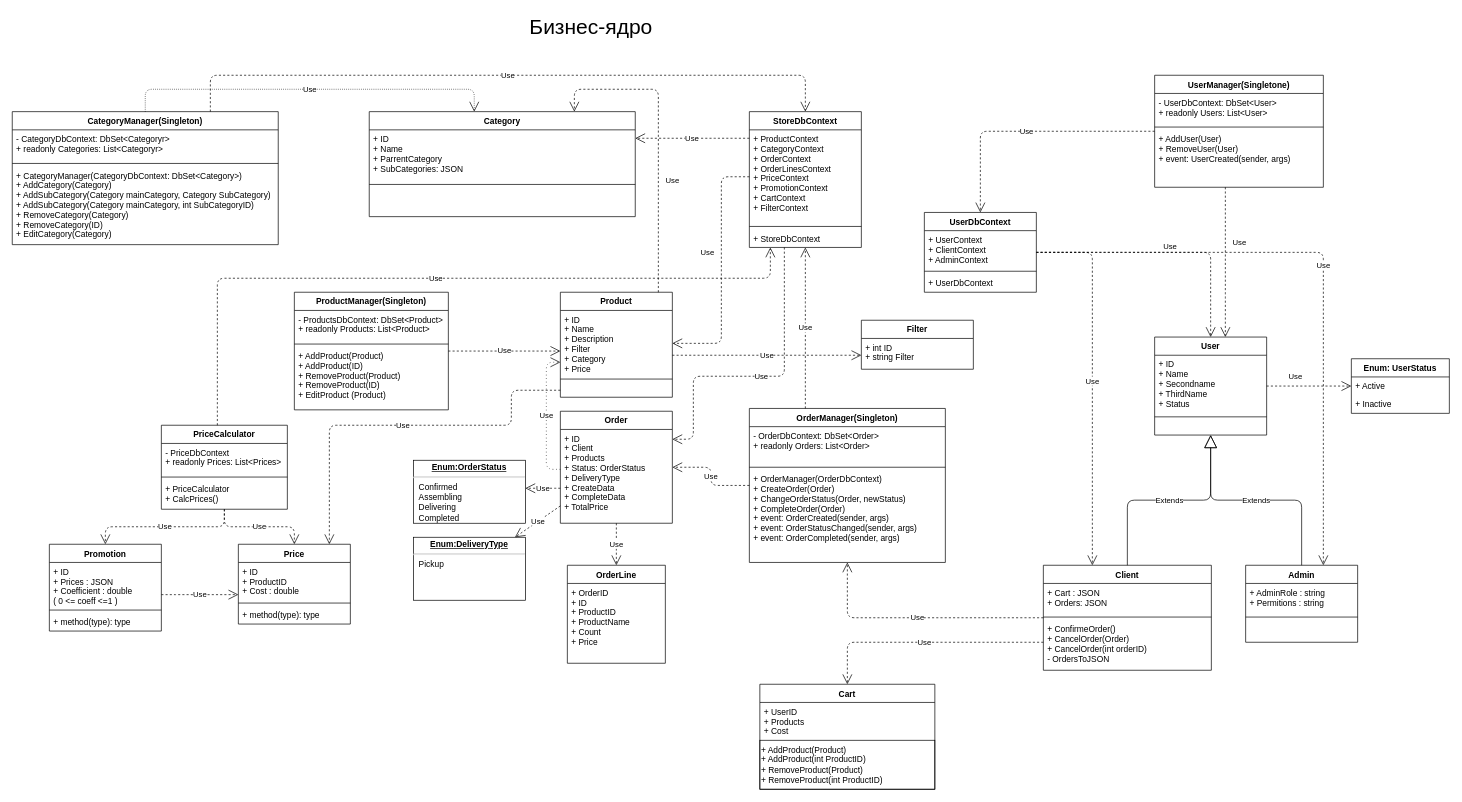
Earlier version of the draw.io diagram UML Diagram.drawio (ArtemGB/AlpakaStore). Source tidied: cells renumbered, new cells numbered last; positions are measured from the earlier drawing's top-left corner, leaving out a move shared by most shapes. Both pictures are drawn from the tidied source at 70%, with x=0, y=0 at pixel (12, 12).
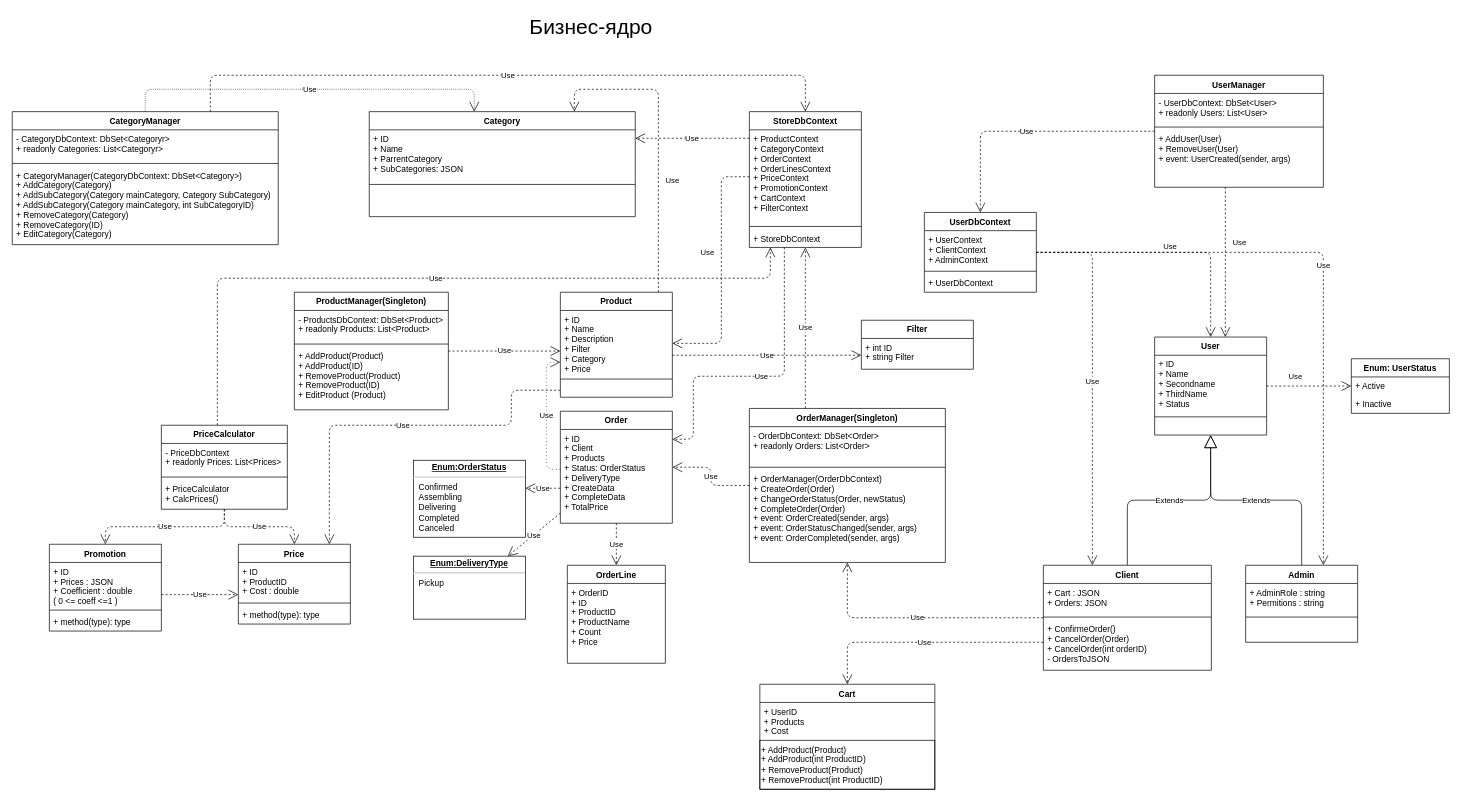
The same diagram, later.

Diff of the diagram source:
```diff
@@
-    <mxCell id="33" value="&lt;p style=&quot;margin: 0px ; margin-top: 4px ; text-align: center ; text-decoration: underline&quot;&gt;&lt;b&gt;Enum:OrderStatus&lt;/b&gt;&lt;/p&gt;&lt;hr&gt;&lt;p style=&quot;margin: 0px ; margin-left: 8px&quot;&gt;Confirmed&lt;br&gt;Assembling&lt;/p&gt;&lt;p style=&quot;margin: 0px ; margin-left: 8px&quot;&gt;Delivering&lt;/p&gt;&lt;p style=&quot;margin: 0px ; margin-left: 8px&quot;&gt;Completed&lt;/p&gt;" style="verticalAlign=top;align=left;overflow=fill;fontSize=12;fontFamily=Helvetica;html=1;" parent="1" vertex="1">
-      <mxGeometry x="573" y="640" width="160" height="90" as="geometry" />
+    <mxCell id="33" value="&lt;p style=&quot;margin: 0px ; margin-top: 4px ; text-align: center ; text-decoration: underline&quot;&gt;&lt;b&gt;Enum:OrderStatus&lt;/b&gt;&lt;/p&gt;&lt;hr&gt;&lt;p style=&quot;margin: 0px ; margin-left: 8px&quot;&gt;Confirmed&lt;br&gt;Assembling&lt;/p&gt;&lt;p style=&quot;margin: 0px ; margin-left: 8px&quot;&gt;Delivering&lt;/p&gt;&lt;p style=&quot;margin: 0px ; margin-left: 8px&quot;&gt;Completed&lt;/p&gt;&lt;p style=&quot;margin: 0px ; margin-left: 8px&quot;&gt;Canceled&lt;/p&gt;" style="verticalAlign=top;align=left;overflow=fill;fontSize=12;fontFamily=Helvetica;html=1;" parent="1" vertex="1">
+      <mxGeometry x="573" y="640" width="160" height="110" as="geometry" />
     </mxCell>
@@
-    <mxCell id="43" value="CategoryManager(Singleton)" style="swimlane;fontStyle=1;align=center;verticalAlign=top;horizontal=1;startSize=26;" parent="1" vertex="1">
+    <mxCell id="43" value="CategoryManager" style="swimlane;fontStyle=1;align=center;verticalAlign=top;horizontal=1;startSize=26;" parent="1" vertex="1">
       <mxGeometry y="142" width="380" height="190" as="geometry" />
     </mxCell>
@@
-    <mxCell id="78" value="UserManager(Singletone)" style="swimlane;fontStyle=1;align=center;verticalAlign=top;horizontal=1;startSize=26;" parent="1" vertex="1">
+    <mxCell id="78" value="UserManager" style="swimlane;fontStyle=1;align=center;verticalAlign=top;horizontal=1;startSize=26;" parent="1" vertex="1">
       <mxGeometry x="1632" y="90" width="241" height="160" as="geometry" />
     </mxCell>
@@
     <mxCell id="100" value="&lt;p style=&quot;margin: 0px ; margin-top: 4px ; text-align: center ; text-decoration: underline&quot;&gt;&lt;b&gt;Enum:DeliveryType&lt;/b&gt;&lt;/p&gt;&lt;hr&gt;&lt;p style=&quot;margin: 0px ; margin-left: 8px&quot;&gt;Pickup&lt;/p&gt;" style="verticalAlign=top;align=left;overflow=fill;fontSize=12;fontFamily=Helvetica;html=1;fillColor=none;" parent="1" vertex="1">
-      <mxGeometry x="573" y="750" width="160" height="90" as="geometry" />
+      <mxGeometry x="573" y="777" width="160" height="90" as="geometry" />
     </mxCell>
```
